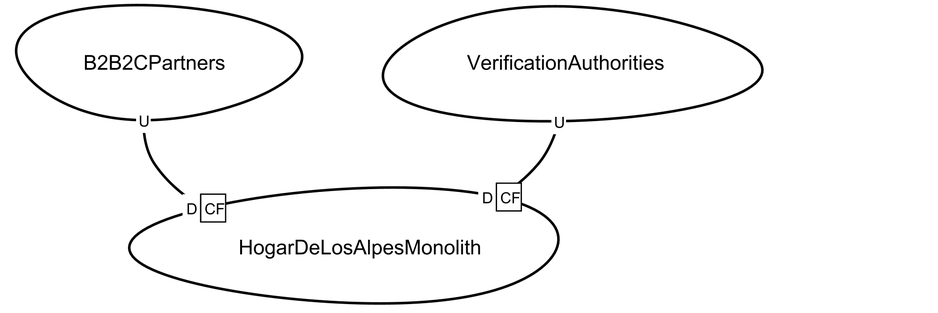
Above: src-gen/hogar-de-los-alpes-as-is_ContextMap.png in dso-uniandes/apps-no-monoliticas (Graphviz), before the change. Its source is kept beside it as src-gen/hogar-de-los-alpes-as-is_ContextMap.gv.
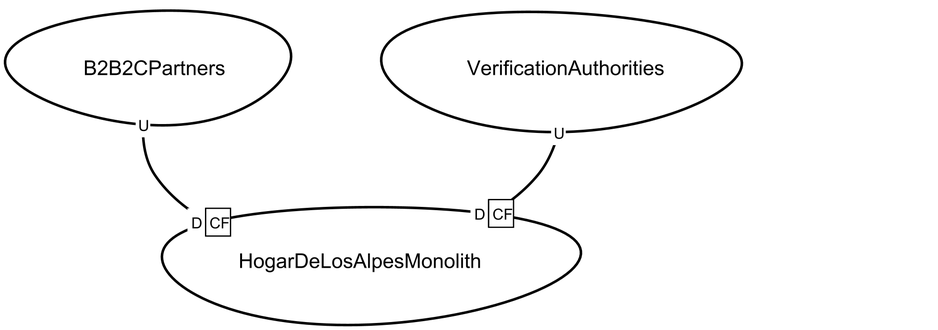
Later version of the same file.

Change to the diagram source:
```diff
@@ -1,8 +1,8 @@
 digraph "ContextMapGraph" {
 graph ["imagepath"="C:\Users\danie\AppData\Local\Temp\GraphvizJava"]
-"B2B2CPartners" ["margin"="0.3","orientation"="208","shape"="egg","fontsize"="16","style"="bold","label"="B2B2CPartners\n","fontname"="sans-serif"]
-"HogarDeLosAlpesMonolith" ["margin"="0.3","orientation"="118","shape"="egg","fontsize"="16","style"="bold","label"="HogarDeLosAlpesMonolith\n","fontname"="sans-serif"]
-"VerificationAuthorities" ["margin"="0.3","orientation"="28","shape"="egg","fontsize"="16","style"="bold","label"="VerificationAuthorities\n","fontname"="sans-serif"]
+"B2B2CPartners" ["margin"="0.3","orientation"="84","shape"="egg","fontsize"="16","style"="bold","label"="B2B2CPartners\n","fontname"="sans-serif"]
+"HogarDeLosAlpesMonolith" ["margin"="0.3","orientation"="254","shape"="egg","fontsize"="16","style"="bold","label"="HogarDeLosAlpesMonolith\n","fontname"="sans-serif"]
+"VerificationAuthorities" ["margin"="0.3","orientation"="117","shape"="egg","fontsize"="16","style"="bold","label"="VerificationAuthorities\n","fontname"="sans-serif"]
 "B2B2CPartners" -> "HogarDeLosAlpesMonolith" ["headlabel"=<<table cellspacing="0" cellborder="1" border="0">
 <tr><td bgcolor="white" sides="r">D</td><td sides="trbl" bgcolor="white"><font>CF</font></td></tr>
 </table>>,"labeldistance"="0","fontsize"="12","taillabel"=<<table cellspacing="0" cellborder="0" border="0">
```
